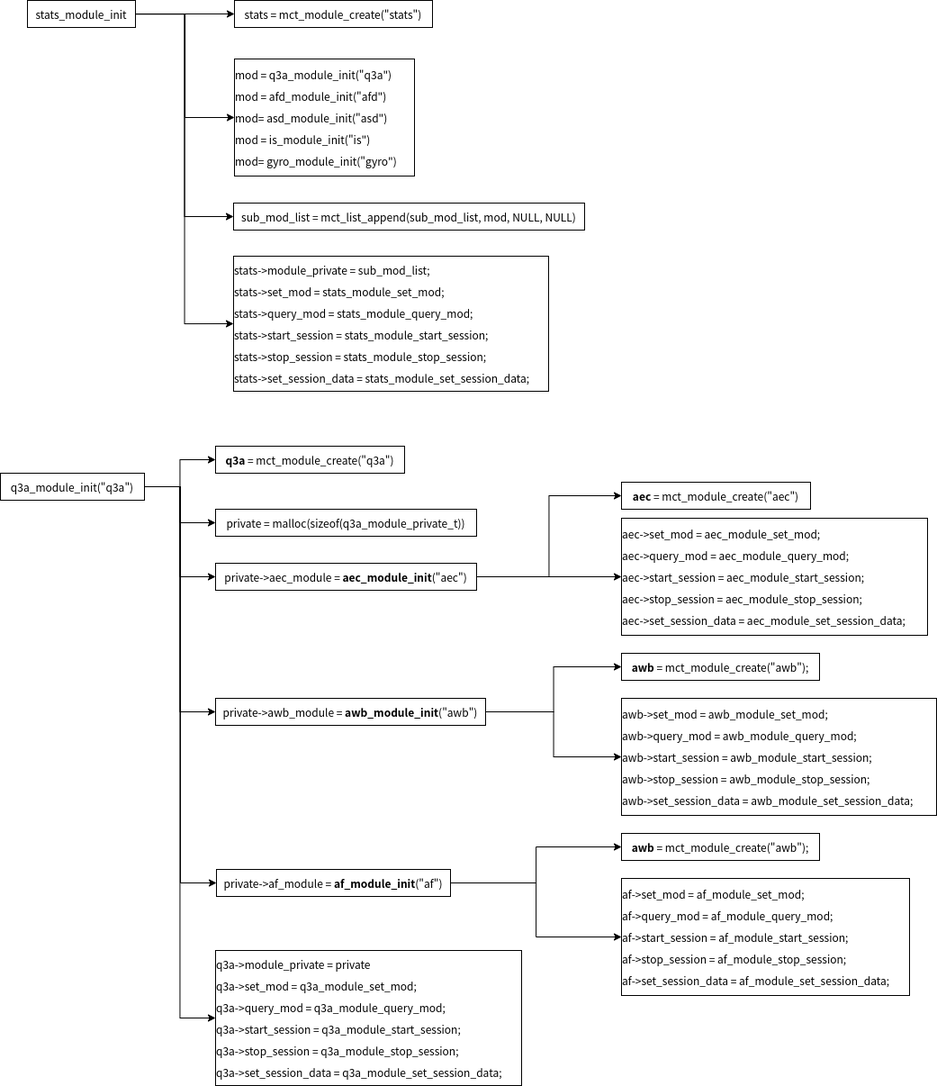
zhangmeizhen/test2 keeps this draw.io diagram as qcom mm-camera stats.png. Above is the earlier version. Source tidied: cells renumbered, new cells last; positions are measured from the earlier drawing's top-left corner, leaving out a move shared by most shapes.
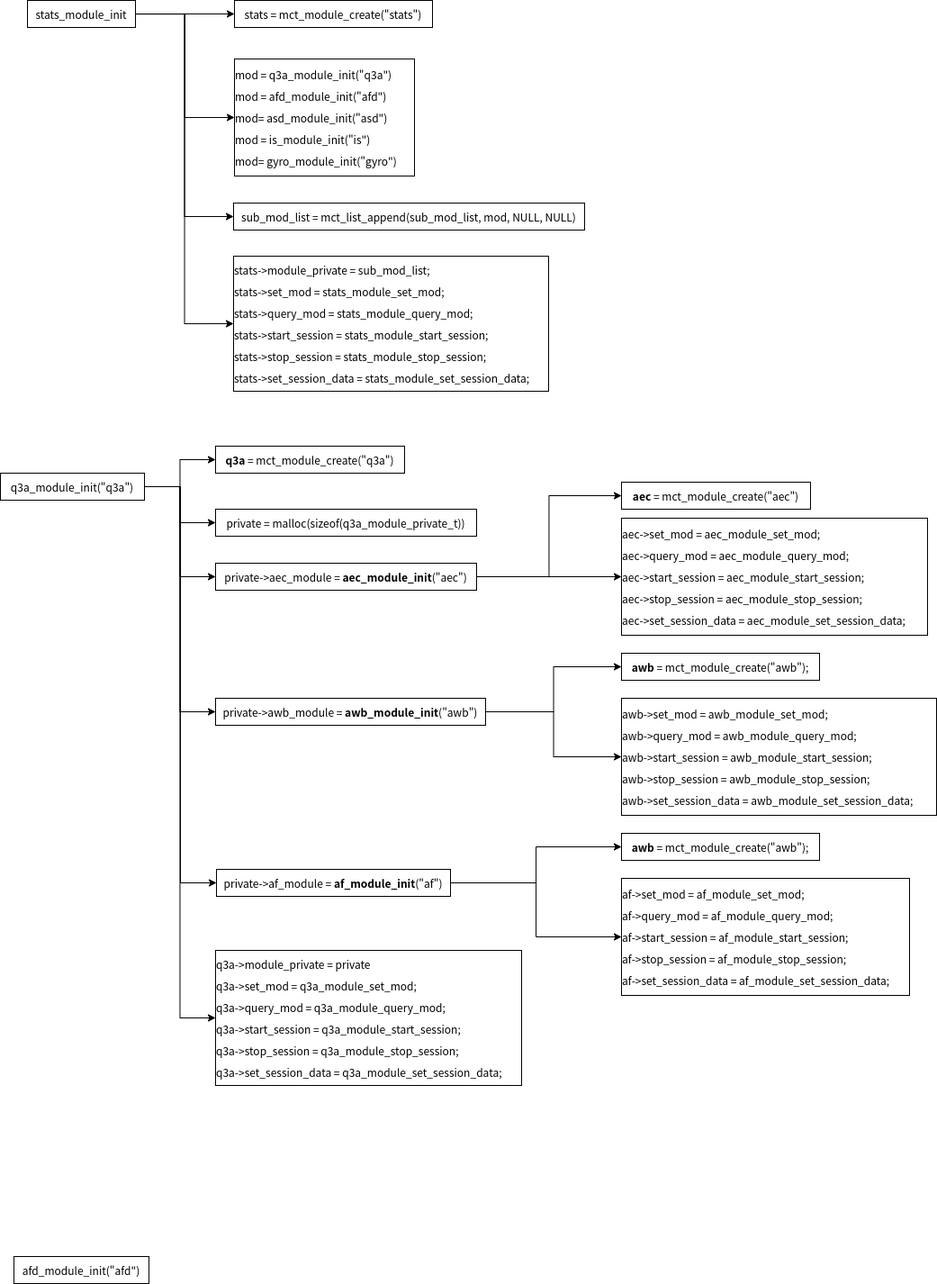
After the commit.

Diff of the diagram source:
```diff
@@ -104,5 +104,8 @@
     <mxCell id="35" value="&lt;div style=&quot;background-color: rgb(255, 255, 255); font-family: &amp;quot;Droid Sans Mono&amp;quot;, monospace, monospace, &amp;quot;Droid Sans Fallback&amp;quot;; font-size: 12px; line-height: 24px;&quot;&gt;&lt;div style=&quot;font-family: &amp;quot;Droid Sans Mono&amp;quot;, monospace, monospace, &amp;quot;Droid Sans Fallback&amp;quot;; line-height: 24px; font-size: 12px;&quot;&gt;&lt;div style=&quot;font-family: &amp;quot;Droid Sans Mono&amp;quot;, monospace, monospace, &amp;quot;Droid Sans Fallback&amp;quot;; line-height: 24px; font-size: 12px;&quot;&gt;&lt;div style=&quot;font-family: &amp;quot;Droid Sans Mono&amp;quot;, monospace, monospace, &amp;quot;Droid Sans Fallback&amp;quot;; line-height: 24px; font-size: 12px;&quot;&gt;&lt;div style=&quot;font-family: &amp;quot;Droid Sans Mono&amp;quot;, monospace, monospace, &amp;quot;Droid Sans Fallback&amp;quot;; line-height: 24px; font-size: 12px;&quot;&gt;&lt;span style=&quot;font-size: 12px;&quot;&gt;af&lt;/span&gt;-&amp;gt;set_mod =&amp;nbsp;&lt;span style=&quot;font-size: 12px;&quot;&gt;af_module_set_mod&lt;/span&gt;;&lt;br style=&quot;font-size: 12px;&quot;&gt;&lt;/div&gt;&lt;div style=&quot;font-family: &amp;quot;Droid Sans Mono&amp;quot;, monospace, monospace, &amp;quot;Droid Sans Fallback&amp;quot;; line-height: 24px; font-size: 12px;&quot;&gt;&lt;div style=&quot;font-family: &amp;quot;Droid Sans Mono&amp;quot;, monospace, monospace, &amp;quot;Droid Sans Fallback&amp;quot;; line-height: 24px; font-size: 12px;&quot;&gt;&lt;div style=&quot;font-size: 12px;&quot;&gt;&lt;span style=&quot;font-size: 12px;&quot;&gt;af&lt;/span&gt;-&amp;gt;&lt;span style=&quot;font-size: 12px;&quot;&gt;query_mod&lt;/span&gt; =&amp;nbsp;&lt;span style=&quot;font-size: 12px;&quot;&gt;af_module_query_mod&lt;/span&gt;;&lt;br style=&quot;font-size: 12px;&quot;&gt;&lt;/div&gt;&lt;div style=&quot;font-size: 12px;&quot;&gt;&lt;span style=&quot;font-size: 12px;&quot;&gt;af&lt;/span&gt;-&amp;gt;&lt;span style=&quot;font-size: 12px;&quot;&gt;start_session&lt;/span&gt; =&amp;nbsp;&lt;span style=&quot;font-size: 12px;&quot;&gt;af_module_start_session&lt;/span&gt;;&lt;br style=&quot;font-size: 12px;&quot;&gt;&lt;/div&gt;&lt;div style=&quot;font-size: 12px;&quot;&gt;&lt;span style=&quot;font-size: 12px;&quot;&gt;af&lt;/span&gt;-&amp;gt;&lt;span style=&quot;font-size: 12px;&quot;&gt;stop_session&lt;/span&gt; =&amp;nbsp;&lt;span style=&quot;font-size: 12px;&quot;&gt;af_module_stop_session&lt;/span&gt;;&lt;br style=&quot;font-size: 12px;&quot;&gt;&lt;/div&gt;&lt;div style=&quot;font-size: 12px;&quot;&gt;&lt;span style=&quot;font-size: 12px;&quot;&gt;af&lt;/span&gt;-&amp;gt;&lt;span style=&quot;font-size: 12px;&quot;&gt;set_session_data&lt;/span&gt; =&amp;nbsp;&lt;span style=&quot;font-size: 12px;&quot;&gt;af_module_set_session_data&lt;/span&gt;;&lt;br style=&quot;font-size: 12px;&quot;&gt;&lt;/div&gt;&lt;/div&gt;&lt;/div&gt;&lt;/div&gt;&lt;/div&gt;&lt;/div&gt;&lt;/div&gt;" style="rounded=0;whiteSpace=wrap;html=1;align=left;fontSize=12;spacing=1;fontColor=#000000;spacingTop=0;" parent="1" vertex="1">
       <mxGeometry x="690" y="975" width="320" height="130" as="geometry" />
     </mxCell>
+    <mxCell id="36" value="&lt;div style=&quot;background-color: rgb(255, 255, 255); font-family: &amp;quot;Droid Sans Mono&amp;quot;, monospace, monospace, &amp;quot;Droid Sans Fallback&amp;quot;; font-size: 12px; line-height: 24px;&quot;&gt;&lt;span style=&quot;text-align: left;&quot;&gt;afd_module_init(&quot;&lt;/span&gt;&lt;span style=&quot;text-align: left;&quot;&gt;afd&lt;/span&gt;&lt;span style=&quot;text-align: left;&quot;&gt;&quot;)&lt;/span&gt;&lt;br style=&quot;font-size: 12px;&quot;&gt;&lt;/div&gt;" style="rounded=0;whiteSpace=wrap;html=1;fontSize=12;spacing=1;fontColor=#000000;spacingTop=0;" parent="1" vertex="1">
+      <mxGeometry x="15" y="1395" width="150" height="30" as="geometry" />
+    </mxCell>
   </root>
 </mxGraphModel>
```
